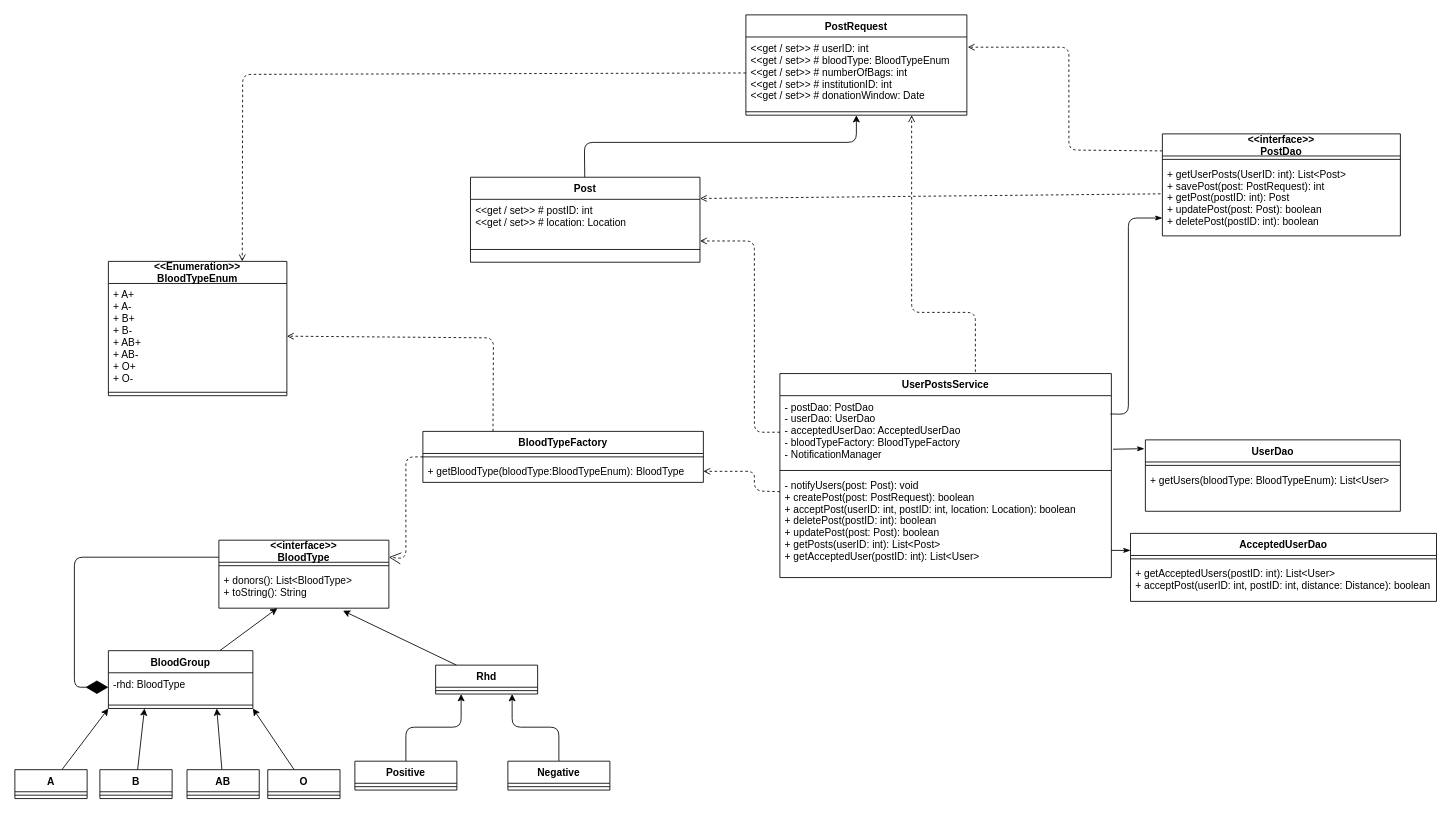
muhmagdy/Bloodify keeps this draw.io diagram as page "class diagram" (1 of 4) of userRequests.drawio. Above is the earlier version. Source tidied: cells renumbered, new cells numbered last; positions are measured from the earlier drawing's top-left corner, leaving out a move shared by most shapes. Both pictures are drawn from the tidied source at 85%, with x=0, y=0 at pixel (14, 14).
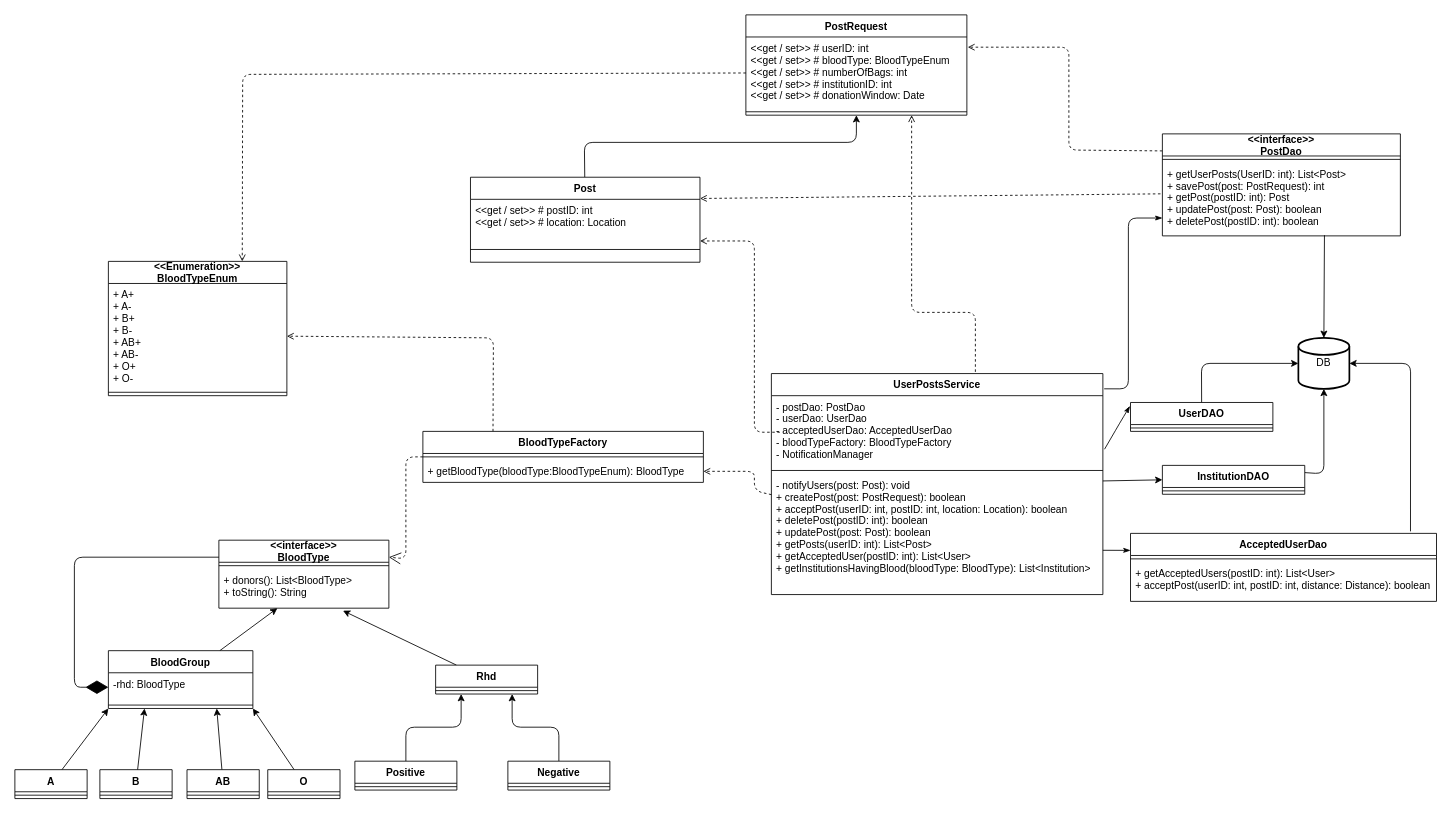
The same diagram, later.

The change refers to these unchanged cells:
```xml
<mxCell id="10" value="- postDao: PostDao&#10;- userDao: UserDao&#10;- acceptedUserDao: AcceptedUserDao&#10;- bloodTypeFactory: BloodTypeFactory&#10;- NotificationManager" style="text;strokeColor=none;fillColor=none;align=left;verticalAlign=top;spacingLeft=4;spacingRight=4;overflow=hidden;points=[[0,0.5],[1,0.5]];portConstraint=eastwest;" parent="9" vertex="1">
  <mxGeometry y="26" width="390" height="84" as="geometry" />
</mxCell>
<mxCell id="16" value="+ getUserPosts(UserID: int): List&lt;Post&gt;&#10;+ savePost(post: PostRequest): int&#10;+ getPost(postID: int): Post&#10;+ updatePost(post: Post): boolean&#10;+ deletePost(postID: int): boolean" style="text;strokeColor=none;fillColor=none;align=left;verticalAlign=top;spacingLeft=4;spacingRight=4;overflow=hidden;points=[[0,0.5],[1,0.5]];portConstraint=eastwest;" parent="14" vertex="1">
  <mxGeometry y="34" width="280" height="86" as="geometry" />
</mxCell>
<mxCell id="60" value="AcceptedUserDao" style="swimlane;fontStyle=1;align=center;verticalAlign=top;horizontal=1;startSize=26;" parent="1" vertex="1">
  <mxGeometry x="1312.5" y="610" width="360" height="80" as="geometry" />
</mxCell>
```

What changed in the source:
```diff
@@
-    <mxCell id="6" style="edgeStyle=none;html=1;endArrow=classicThin;endFill=1;exitX=0.997;exitY=0.256;exitDx=0;exitDy=0;exitPerimeter=0;" parent="1" edge="1" source="10">
+    <mxCell id="6" style="edgeStyle=none;html=1;endArrow=classicThin;endFill=1;exitX=1.004;exitY=0.069;exitDx=0;exitDy=0;exitPerimeter=0;" parent="1" edge="1" source="9">
       <mxGeometry relative="1" as="geometry">
         <mxPoint x="1350" y="239" as="targetPoint" />
         <Array as="points">
-          <mxPoint x="1310" y="470" />
+          <mxPoint x="1310" y="440" />
           <mxPoint x="1310" y="239" />
         </Array>
       </mxGeometry>
     </mxCell>
-    <mxCell id="7" style="edgeStyle=none;html=1;entryX=0;entryY=0.25;entryDx=0;entryDy=0;endArrow=classicThin;endFill=1;exitX=1;exitY=0.738;exitDx=0;exitDy=0;exitPerimeter=0;" parent="1" edge="1" source="12" target="60">
+    <mxCell id="7" style="edgeStyle=none;html=1;entryX=0;entryY=0.25;entryDx=0;entryDy=0;endArrow=classicThin;endFill=1;exitX=1;exitY=0.633;exitDx=0;exitDy=0;exitPerimeter=0;" parent="1" edge="1" source="12" target="60">
       <mxGeometry relative="1" as="geometry" />
     </mxCell>
@@
+    <mxCell id="68" style="edgeStyle=none;html=1;entryX=0;entryY=0.5;entryDx=0;entryDy=0;" parent="1" edge="1" source="9" target="74">
+      <mxGeometry relative="1" as="geometry" />
+    </mxCell>
     <mxCell id="9" value="UserPostsService" style="swimlane;fontStyle=1;align=center;verticalAlign=top;horizontal=1;startSize=26;" parent="1" vertex="1">
-      <mxGeometry x="900" y="422" width="390" height="240" as="geometry" />
+      <mxGeometry x="890" y="422" width="390" height="260" as="geometry" />
     </mxCell>
@@
-    <mxCell id="12" value="- notifyUsers(post: Post): void&#10;+ createPost(post: PostRequest): boolean&#10;+ acceptPost(userID: int, postID: int, location: Location): boolean&#10;+ deletePost(postID: int): boolean&#10;+ updatePost(post: Post): boolean&#10;+ getPosts(userID: int): List&lt;Post&gt;&#10;+ getAcceptedUser(postID: int): List&lt;User&gt;" style="text;strokeColor=none;fillColor=none;align=left;verticalAlign=top;spacingLeft=4;spacingRight=4;overflow=hidden;points=[[0,0.5],[1,0.5]];portConstraint=eastwest;" parent="9" vertex="1">
-      <mxGeometry y="118" width="390" height="122" as="geometry" />
+    <mxCell id="12" value="- notifyUsers(post: Post): void&#10;+ createPost(post: PostRequest): boolean&#10;+ acceptPost(userID: int, postID: int, location: Location): boolean&#10;+ deletePost(postID: int): boolean&#10;+ updatePost(post: Post): boolean&#10;+ getPosts(userID: int): List&lt;Post&gt;&#10;+ getAcceptedUser(postID: int): List&lt;User&gt;&#10;+ getInstitutionsHavingBlood(bloodType: BloodType): List&lt;Institution&gt;" style="text;strokeColor=none;fillColor=none;align=left;verticalAlign=top;spacingLeft=4;spacingRight=4;overflow=hidden;points=[[0,0.5],[1,0.5]];portConstraint=eastwest;" parent="9" vertex="1">
+      <mxGeometry y="118" width="390" height="142" as="geometry" />
     </mxCell>
@@
+    <mxCell id="69" style="edgeStyle=none;html=1;entryX=0;entryY=0.5;entryDx=0;entryDy=0;entryPerimeter=0;" parent="1" edge="1" source="17" target="71">
+      <mxGeometry relative="1" as="geometry">
+        <Array as="points">
+          <mxPoint x="1396" y="410" />
+        </Array>
+      </mxGeometry>
+    </mxCell>
-    <mxCell id="17" value="UserDao" style="swimlane;fontStyle=1;align=center;verticalAlign=top;horizontal=1;startSize=26;" parent="1" vertex="1">
-      <mxGeometry x="1330" y="500" width="300" height="84" as="geometry" />
+    <mxCell id="17" value="UserDAO" style="swimlane;fontStyle=1;align=center;verticalAlign=top;horizontal=1;startSize=26;" parent="1" vertex="1">
+      <mxGeometry x="1312.5" y="456" width="167.5" height="34" as="geometry" />
     </mxCell>
     <mxCell id="18" style="line;strokeWidth=1;fillColor=none;align=left;verticalAlign=middle;spacingTop=-1;spacingLeft=3;spacingRight=3;labelPosition=right;" parent="17" vertex="1">
-      <mxGeometry y="26" width="300" height="8" as="geometry" />
+      <mxGeometry y="26" width="167.5" height="8" as="geometry" />
     </mxCell>
-    <mxCell id="19" value="+ getUsers(bloodType: BloodTypeEnum): List&lt;User&gt;" style="text;strokeColor=none;fillColor=none;align=left;verticalAlign=top;spacingLeft=4;spacingRight=4;overflow=hidden;" parent="17" vertex="1">
-      <mxGeometry y="34" width="300" height="50" as="geometry" />
-    </mxCell>
@@
+    <mxCell id="70" style="edgeStyle=none;html=1;entryX=1;entryY=0.5;entryDx=0;entryDy=0;entryPerimeter=0;exitX=0.915;exitY=-0.03;exitDx=0;exitDy=0;exitPerimeter=0;" parent="1" edge="1" source="60" target="71">
+      <mxGeometry relative="1" as="geometry">
+        <Array as="points">
+          <mxPoint x="1642" y="410" />
+        </Array>
+      </mxGeometry>
+    </mxCell>
@@
     <mxCell id="63" style="edgeStyle=none;html=1;entryX=-0.004;entryY=0.123;entryDx=0;entryDy=0;endArrow=classicThin;endFill=1;exitX=1.005;exitY=0.75;exitDx=0;exitDy=0;exitPerimeter=0;entryPerimeter=0;" parent="1" edge="1" source="10" target="17">
-      <mxGeometry relative="1" as="geometry" />
+      <mxGeometry relative="1" as="geometry">
+        <Array as="points">
+          <mxPoint x="1300" y="480" />
+        </Array>
+      </mxGeometry>
     </mxCell>
@@
+    <mxCell id="71" value="DB" style="strokeWidth=2;html=1;shape=mxgraph.flowchart.database;whiteSpace=wrap;" parent="1" vertex="1">
+      <mxGeometry x="1510" y="380" width="60" height="60" as="geometry" />
+    </mxCell>
+    <mxCell id="72" style="edgeStyle=none;html=1;entryX=0.5;entryY=0;entryDx=0;entryDy=0;entryPerimeter=0;exitX=0.681;exitY=0.991;exitDx=0;exitDy=0;exitPerimeter=0;" parent="1" edge="1" source="16" target="71">
+      <mxGeometry relative="1" as="geometry" />
+    </mxCell>
+    <mxCell id="73" style="edgeStyle=none;html=1;entryX=0.5;entryY=1;entryDx=0;entryDy=0;entryPerimeter=0;exitX=1;exitY=0.25;exitDx=0;exitDy=0;" parent="1" edge="1" source="74" target="71">
+      <mxGeometry relative="1" as="geometry">
+        <Array as="points">
+          <mxPoint x="1540" y="540" />
+        </Array>
+      </mxGeometry>
+    </mxCell>
+    <mxCell id="74" value="InstitutionDAO" style="swimlane;fontStyle=1;align=center;verticalAlign=top;horizontal=1;startSize=26;" parent="1" vertex="1">
+      <mxGeometry x="1350" y="530" width="167.5" height="34" as="geometry" />
+    </mxCell>
+    <mxCell id="75" style="line;strokeWidth=1;fillColor=none;align=left;verticalAlign=middle;spacingTop=-1;spacingLeft=3;spacingRight=3;labelPosition=right;" parent="74" vertex="1">
+      <mxGeometry y="26" width="167.5" height="8" as="geometry" />
+    </mxCell>
```
